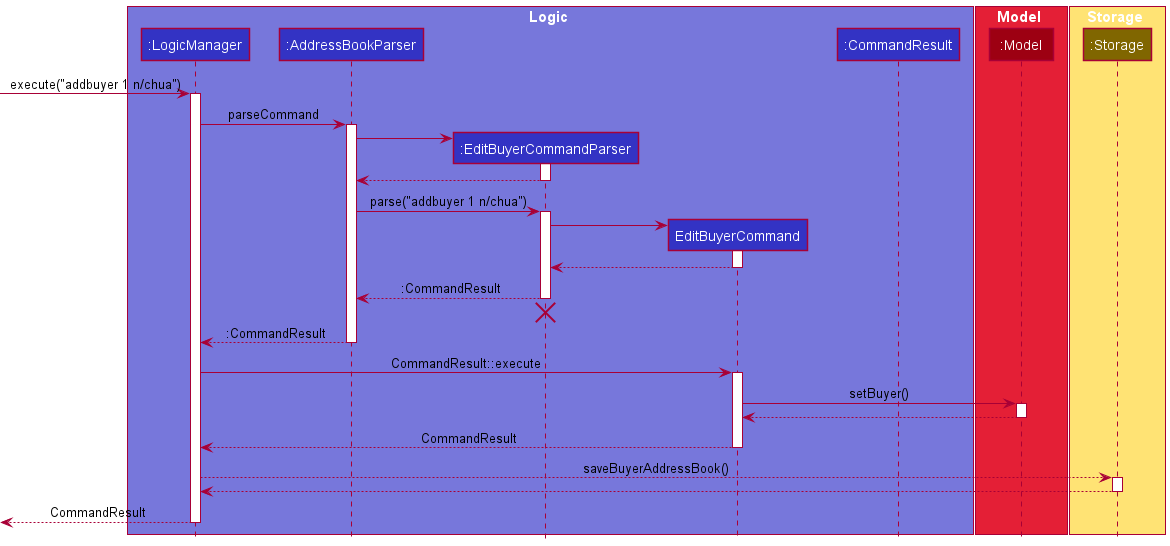
Before: docs/diagrams/EditBuyerCommandDiagram.png, a diagram exported from PlantUML (nus-cs2103-AY2122S2/tp). Source of this version:
```plantuml
@startuml
!include style.puml

!define LOGIC_COLOR #3333C4
!define LOGIC_COLOR_T1 #7777DB
!define LOGIC_COLOR_T2 #5252CE
!define LOGIC_COLOR_T3 #1616B0
!define LOGIC_COLOR_T4 #101086

box Logic LOGIC_COLOR_T1
participant ":LogicManager" as LogicManager LOGIC_COLOR
participant ":AddressBookParser" as AddressBookParser LOGIC_COLOR
participant ":EditBuyerCommandParser" as EditBuyerCommandParser LOGIC_COLOR
participant "EditBuyerCommand" as EditBuyerCommand LOGIC_COLOR
participant ":CommandResult" as CommandResult LOGIC_COLOR
end box

box Model MODEL_COLOR_T2
participant ":Model" as Model MODEL_COLOR
end box

box Storage STORAGE_COLOR_T1
participant ":Storage" as Storage STORAGE_COLOR_T3


[-> LogicManager : execute("addbuyer 1 n/chua")
activate LogicManager

LogicManager -> AddressBookParser : parseCommand
activate AddressBookParser

create EditBuyerCommandParser
AddressBookParser -> EditBuyerCommandParser
activate EditBuyerCommandParser

EditBuyerCommandParser --> AddressBookParser:
deactivate EditBuyerCommandParser

AddressBookParser -> EditBuyerCommandParser : parse("addbuyer 1 n/chua")
activate EditBuyerCommandParser

create EditBuyerCommand
EditBuyerCommandParser -> EditBuyerCommand :
activate EditBuyerCommand

EditBuyerCommand --> EditBuyerCommandParser
deactivate EditBuyerCommand

EditBuyerCommandParser --> AddressBookParser : :CommandResult
deactivate EditBuyerCommandParser
EditBuyerCommandParser -[hidden]-> AddressBookParser
destroy EditBuyerCommandParser

AddressBookParser --> LogicManager ::CommandResult
deactivate AddressBookParser

LogicManager -> EditBuyerCommand : CommandResult::execute
activate EditBuyerCommand

EditBuyerCommand -> Model : setBuyer()
activate Model

Model --> EditBuyerCommand
deactivate Model

EditBuyerCommand --> LogicManager : CommandResult
deactivate EditBuyerCommand

LogicManager --> Storage : saveBuyerAddressBook()
activate Storage

Storage --> LogicManager
deactivate Storage

[<--LogicManager : CommandResult
deactivate LogicManager
@enduml
```
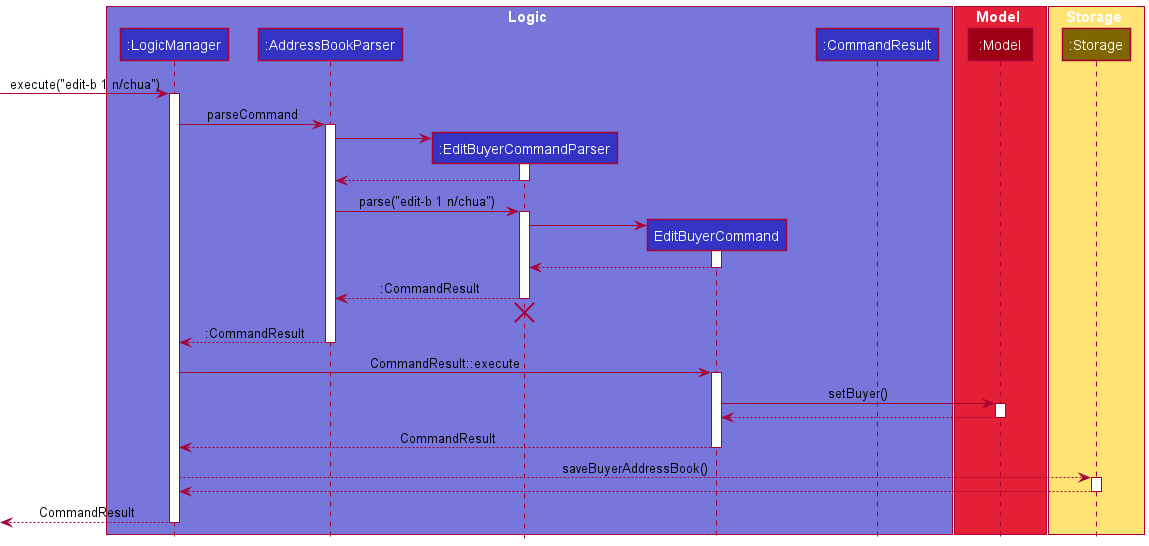
Above is the later version.

Commit message:
update DG about Edit Buyer feature and Saving data section's format error

Diff of the diagram source:
```diff
@@ -23,7 +23,7 @@
 participant ":Storage" as Storage STORAGE_COLOR_T3
 
 
-[-> LogicManager : execute("addbuyer 1 n/chua")
+[-> LogicManager : execute("edit-b 1 n/chua")
 activate LogicManager
 
 LogicManager -> AddressBookParser : parseCommand
@@ -36,7 +36,7 @@
 EditBuyerCommandParser --> AddressBookParser:
 deactivate EditBuyerCommandParser
 
-AddressBookParser -> EditBuyerCommandParser : parse("addbuyer 1 n/chua")
+AddressBookParser -> EditBuyerCommandParser : parse("edit-b 1 n/chua")
 activate EditBuyerCommandParser
 
 create EditBuyerCommand
```
